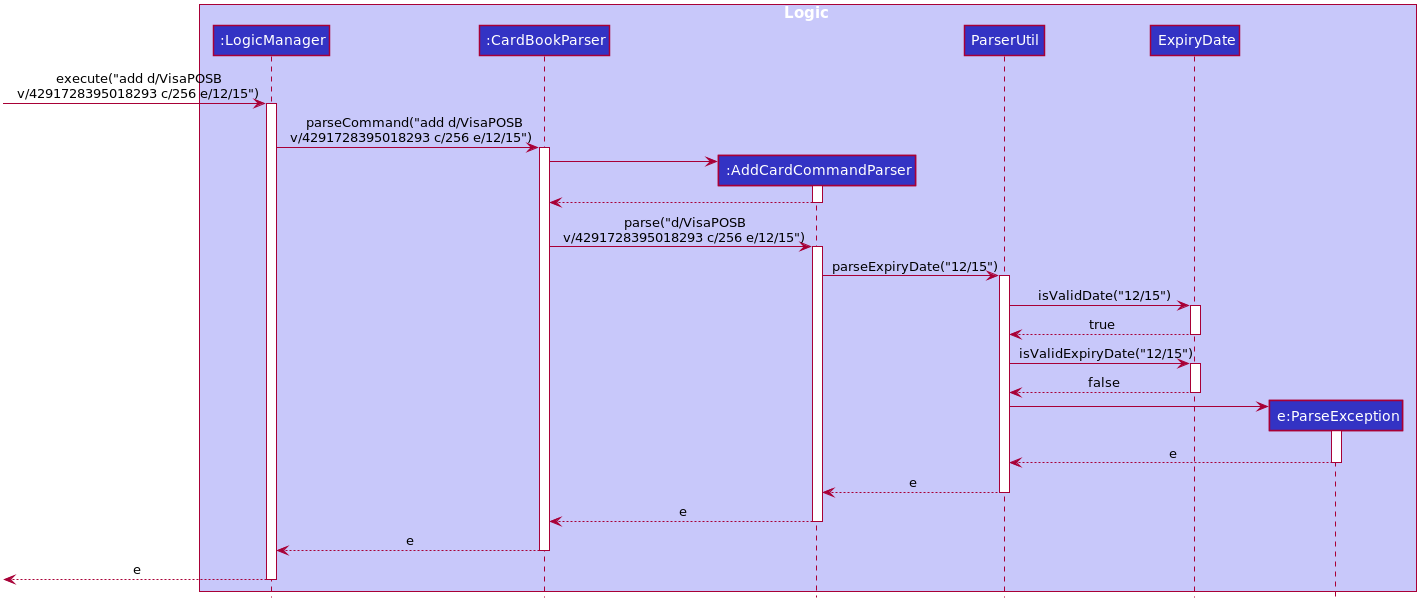
Earlier version of the PlantUML export images/CardExpiryValidation.png (AY1920S1-CS2103T-F11-3/main).
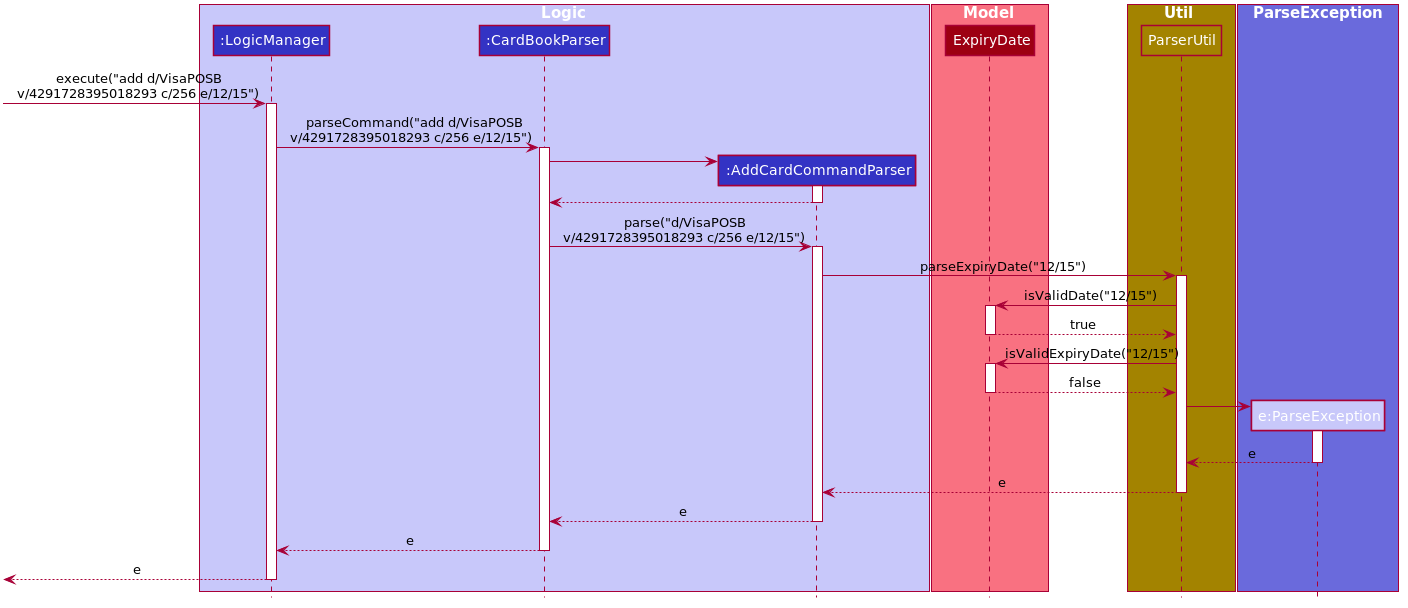
After the change.

The edit, as a diff of the source:
```diff
@@ -54,9 +54,18 @@
 participant ":LogicManager  " as LogicManager #3333C4
 participant ":CardBookParser  " as CardBookParser #3333C4
 participant ":AddCardCommandParser    " as AddCardCommandParser #3333C4
-participant "ParserUtil " as ParserUtil #3333C4
-participant "ExpiryDate " as ExpiryDate #3333C4
-participant "e:ParseException  " as ParseException #3333C4
+end box
+
+box Model #F97181
+participant "ExpiryDate " as ExpiryDate #9D0012
+end box
+
+box Util #A38300
+participant "ParserUtil " as ParserUtil #A38300
+end box
+
+box ParseException #6A6ADC
+participant "e:ParseException  " as ParseException #C8C8FA
 end box
 
 [-> LogicManager : execute("add d/VisaPOSB\n v/4291728395018293 c/256 e/12/15")
```
